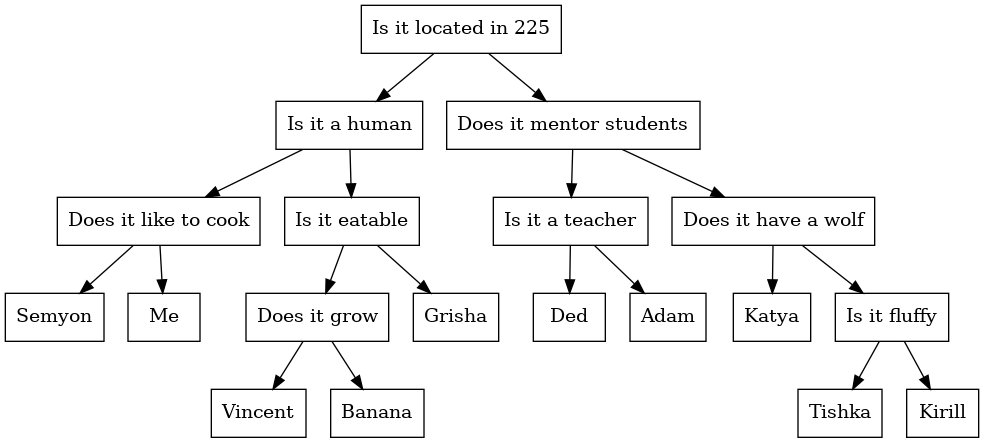
Gaussiandra/Akinator keeps this Graphviz diagram as dump.png. Above is the earlier version. Its source is kept beside it as dump.dot.
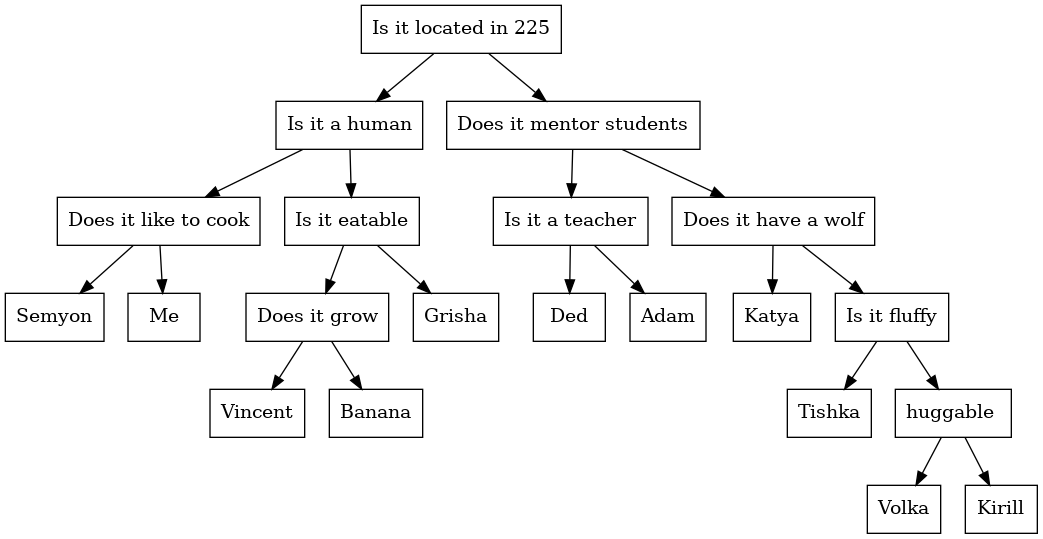
After the commit.

The edit, as a diff of the source:
```diff
@@ -35,5 +35,9 @@
 ZRRR -> ZRRRL;
 ZRRRL [shape=rect, label="Tishka"];
 ZRRR -> ZRRRR;
-ZRRRR [shape=rect, label="Kirill"];
+ZRRRR [shape=rect, label="huggable "];
+ZRRRR -> ZRRRRL;
+ZRRRRL [shape=rect, label="Volka"];
+ZRRRR -> ZRRRRR;
+ZRRRRR [shape=rect, label="Kirill"];
 }
```
